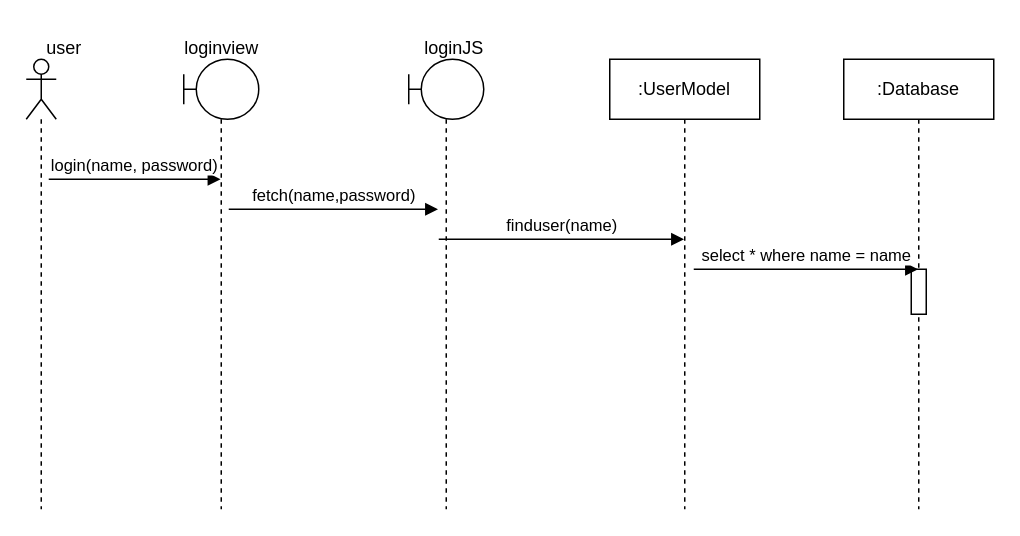
The draw.io diagram docs/diagram/sequence/Login.drawio in spiritou/MO_Data_Entry, before the edit. Source tidied: cells renumbered, new cells numbered last; positions are measured from the earlier drawing's top-left corner, leaving out a move shared by most shapes. Both pictures are drawn from the tidied source at 150%, with x=0, y=0 at pixel (26, 26).
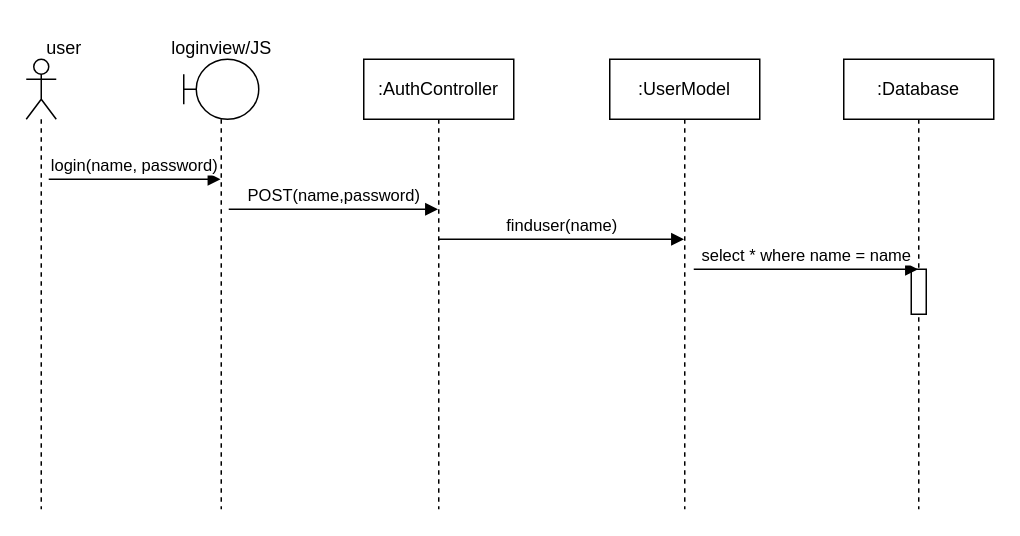
The same diagram, later.

Commit message:
setting up the sequence diagram for the loggin process

Diff of the diagram source:
```diff
@@
 <mxGraphModel>
   <root>
     <mxCell id="0" />
     <mxCell id="1" parent="0" />
     <mxCell id="2" style="shape=umlLifeline;perimeter=lifelinePerimeter;whiteSpace=wrap;html=1;newEdgeStyle={&quot;curved&quot;:0,&quot;rounded&quot;:0};participant=umlActor;size=40;" parent="1" vertex="1">
       <mxGeometry y="22" width="20" height="300" as="geometry" />
     </mxCell>
     <mxCell id="3" style="shape=umlLifeline;perimeter=lifelinePerimeter;whiteSpace=wrap;html=1;outlineConnect=0;portConstraint=eastwest;newEdgeStyle={&quot;curved&quot;:0,&quot;rounded&quot;:0};participant=umlBoundary;" parent="1" vertex="1">
       <mxGeometry x="105" y="22" width="50" height="300" as="geometry" />
     </mxCell>
     <mxCell id="4" value="user" style="text;html=1;align=center;verticalAlign=middle;strokeColor=none;fillColor=none;" parent="1" vertex="1">
       <mxGeometry width="50" height="30" as="geometry" />
     </mxCell>
-    <mxCell id="5" value="loginview" style="text;html=1;align=center;verticalAlign=middle;strokeColor=none;fillColor=none;" parent="1" vertex="1">
-      <mxGeometry x="95" width="70" height="30" as="geometry" />
+    <mxCell id="5" value="loginview/JS" style="text;html=1;align=center;verticalAlign=middle;strokeColor=none;fillColor=none;" parent="1" vertex="1">
+      <mxGeometry x="85" width="90" height="30" as="geometry" />
     </mxCell>
     <mxCell id="6" value=":UserModel" style="shape=umlLifeline;perimeter=lifelinePerimeter;whiteSpace=wrap;html=1;outlineConnect=0;portConstraint=eastwest;newEdgeStyle={&quot;curved&quot;:0,&quot;rounded&quot;:0};" parent="1" vertex="1">
       <mxGeometry x="389" y="22" width="100" height="300" as="geometry" />
     </mxCell>
     <mxCell id="7" value=":Database" style="shape=umlLifeline;perimeter=lifelinePerimeter;whiteSpace=wrap;html=1;outlineConnect=0;portConstraint=eastwest;newEdgeStyle={&quot;curved&quot;:0,&quot;rounded&quot;:0};" parent="1" vertex="1">
       <mxGeometry x="545" y="22" width="100" height="300" as="geometry" />
     </mxCell>
     <mxCell id="8" style="html=1;perimeter=orthogonalPerimeter;targetShapes=umlLifeline;newEdgeStyle={&quot;curved&quot;:0,&quot;rounded&quot;:0};" parent="7" vertex="1">
       <mxGeometry x="45" y="140" width="10" height="30" as="geometry" />
     </mxCell>
     <mxCell id="9" value="login(name, password)" style="html=1;verticalAlign=bottom;endArrow=block;curved=0;rounded=0;" parent="1" edge="1" target="3">
       <mxGeometry relative="1" as="geometry">
         <mxPoint x="15" y="102" as="sourcePoint" />
       </mxGeometry>
     </mxCell>
-    <mxCell id="10" value="fetch(name,password)" style="html=1;verticalAlign=bottom;endArrow=block;curved=0;rounded=0;" parent="1" edge="1">
+    <mxCell id="10" value="POST(name,password)" style="html=1;verticalAlign=bottom;endArrow=block;curved=0;rounded=0;" parent="1" edge="1">
       <mxGeometry relative="1" as="geometry">
         <mxPoint x="135" y="122" as="sourcePoint" />
         <mxPoint x="274.5" y="122" as="targetPoint" />
       </mxGeometry>
     </mxCell>
     <mxCell id="11" value="finduser(name)" style="html=1;verticalAlign=bottom;endArrow=block;curved=0;rounded=0;" parent="1" edge="1" target="6">
       <mxGeometry relative="1" as="geometry">
         <mxPoint x="275" y="142" as="sourcePoint" />
       </mxGeometry>
     </mxCell>
     <mxCell id="12" value="select * where name = name" style="html=1;verticalAlign=bottom;endArrow=block;curved=0;rounded=0;" parent="1" edge="1" target="7">
       <mxGeometry relative="1" as="geometry">
         <mxPoint x="445" y="162" as="sourcePoint" />
       </mxGeometry>
     </mxCell>
-    <mxCell id="13" style="shape=umlLifeline;perimeter=lifelinePerimeter;whiteSpace=wrap;html=1;newEdgeStyle={&quot;curved&quot;:0,&quot;rounded&quot;:0};participant=umlBoundary;" parent="1" vertex="1">
-      <mxGeometry x="255" y="22" width="50" height="300" as="geometry" />
-    </mxCell>
-    <mxCell id="14" value="loginJS" style="text;html=1;align=center;verticalAlign=middle;strokeColor=none;fillColor=none;" parent="1" vertex="1">
-      <mxGeometry x="255" width="60" height="30" as="geometry" />
+    <mxCell id="14" value=":AuthController" style="shape=umlLifeline;perimeter=lifelinePerimeter;whiteSpace=wrap;html=1;newEdgeStyle={&quot;curved&quot;:0,&quot;rounded&quot;:0};" parent="1" vertex="1">
+      <mxGeometry x="225" y="22" width="100" height="300" as="geometry" />
     </mxCell>
   </root>
 </mxGraphModel>
```
